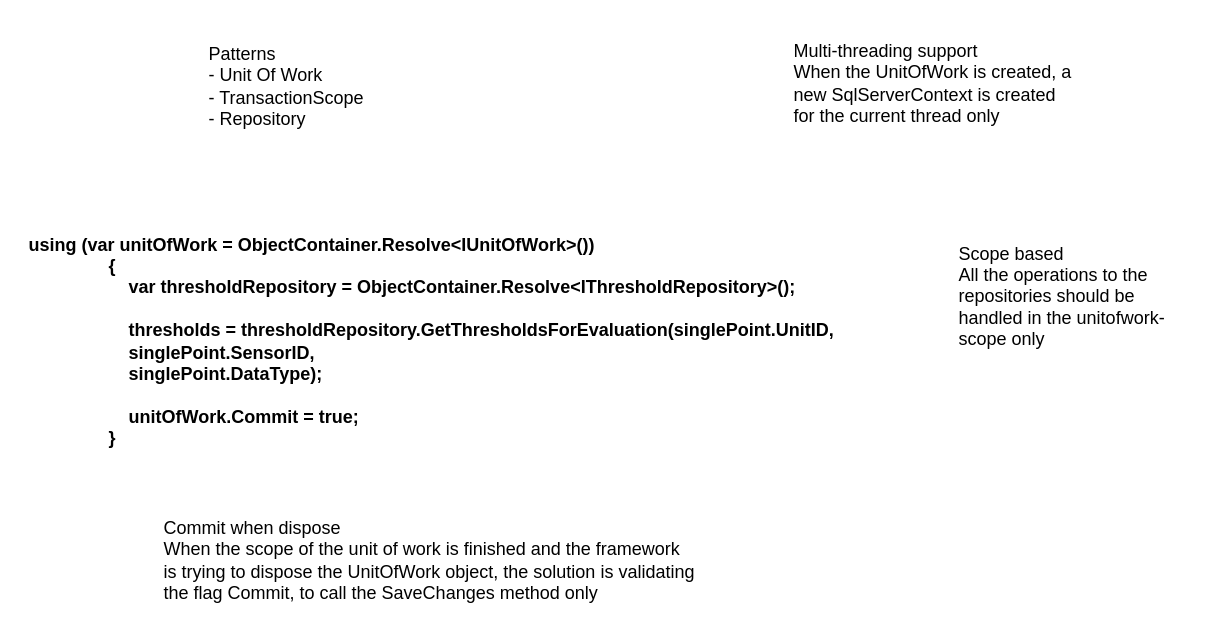
Above: combiq/UnitOfWorkScope.drawio in m1guel/diagrams (draw.io), before the change. Source tidied: cells renumbered, new cells numbered last; positions are measured from the earlier drawing's top-left corner, leaving out a move shared by most shapes. Both pictures are drawn from the tidied source at 150%, with x=0, y=0 at pixel (26, 26).
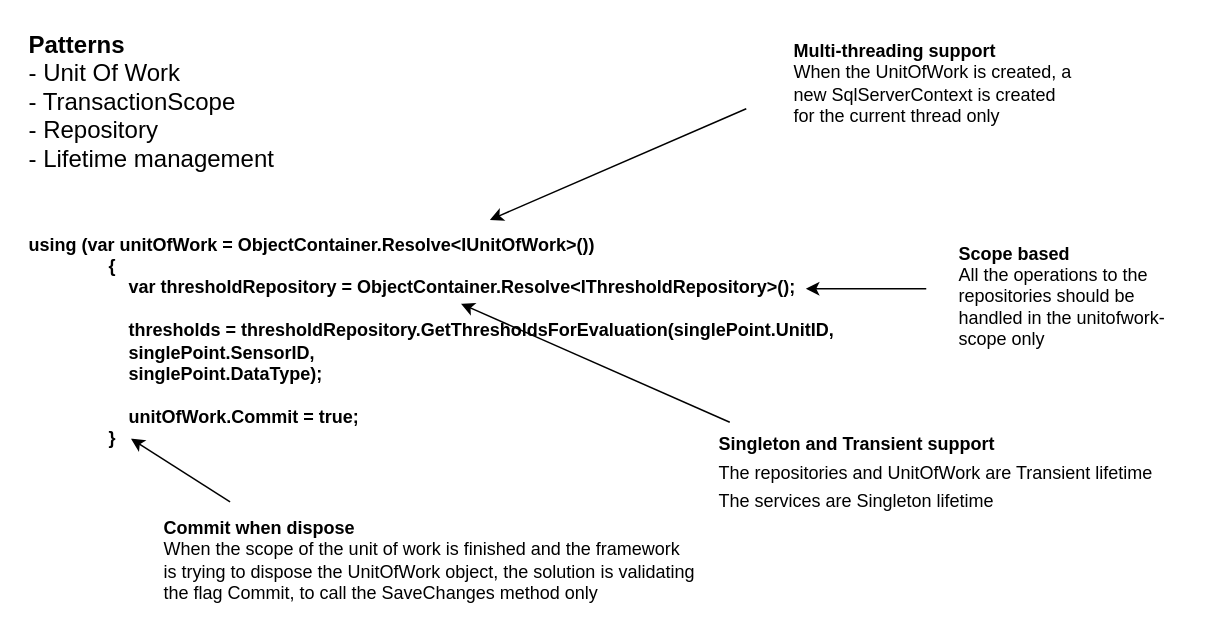
The same diagram, later.

Change to the diagram source:
```diff
@@
 <mxGraphModel>
   <root>
     <mxCell id="0" />
     <mxCell id="1" parent="0" />
     <mxCell id="2" value="&lt;div&gt;&lt;b&gt;using (var unitOfWork = ObjectContainer.Resolve&amp;lt;IUnitOfWork&amp;gt;())&lt;/b&gt;&lt;/div&gt;&lt;div&gt;&lt;b&gt;&amp;nbsp; &amp;nbsp; &amp;nbsp; &amp;nbsp; &amp;nbsp; &amp;nbsp; &amp;nbsp; &amp;nbsp; {&lt;/b&gt;&lt;/div&gt;&lt;div&gt;&lt;b&gt;&amp;nbsp; &amp;nbsp; &amp;nbsp; &amp;nbsp; &amp;nbsp; &amp;nbsp; &amp;nbsp; &amp;nbsp; &amp;nbsp; &amp;nbsp; var thresholdRepository = ObjectContainer.Resolve&amp;lt;IThresholdRepository&amp;gt;();&lt;/b&gt;&lt;/div&gt;&lt;div&gt;&lt;b&gt;&lt;br&gt;&lt;/b&gt;&lt;/div&gt;&lt;div&gt;&lt;b&gt;&amp;nbsp; &amp;nbsp; &amp;nbsp; &amp;nbsp; &amp;nbsp; &amp;nbsp; &amp;nbsp; &amp;nbsp; &amp;nbsp; &amp;nbsp; thresholds = thresholdRepository.GetThresholdsForEvaluation(singlePoint.UnitID,&lt;/b&gt;&lt;/div&gt;&lt;div&gt;&lt;b&gt;&amp;nbsp; &amp;nbsp; &amp;nbsp; &amp;nbsp; &amp;nbsp; &amp;nbsp; &amp;nbsp; &amp;nbsp; &amp;nbsp; &amp;nbsp; singlePoint.SensorID,&lt;/b&gt;&lt;/div&gt;&lt;div&gt;&lt;b&gt;&amp;nbsp; &amp;nbsp; &amp;nbsp; &amp;nbsp; &amp;nbsp; &amp;nbsp; &amp;nbsp; &amp;nbsp; &amp;nbsp; &amp;nbsp; singlePoint.DataType);&lt;/b&gt;&lt;/div&gt;&lt;div&gt;&lt;b&gt;&lt;br&gt;&lt;/b&gt;&lt;/div&gt;&lt;div&gt;&lt;b&gt;&amp;nbsp; &amp;nbsp; &amp;nbsp; &amp;nbsp; &amp;nbsp; &amp;nbsp; &amp;nbsp; &amp;nbsp; &amp;nbsp; &amp;nbsp; unitOfWork.Commit = true;&lt;/b&gt;&lt;/div&gt;&lt;div&gt;&lt;b&gt;&amp;nbsp; &amp;nbsp; &amp;nbsp; &amp;nbsp; &amp;nbsp; &amp;nbsp; &amp;nbsp; &amp;nbsp; }&lt;/b&gt;&lt;/div&gt;" style="text;html=1;strokeColor=none;fillColor=none;align=left;verticalAlign=middle;whiteSpace=wrap;rounded=0;" parent="1" vertex="1">
       <mxGeometry y="125" width="550" height="170" as="geometry" />
     </mxCell>
-    <mxCell id="3" value="Patterns&lt;br&gt;- Unit Of Work&lt;br&gt;- TransactionScope&lt;br&gt;- Repository&lt;br&gt;" style="text;html=1;strokeColor=none;fillColor=none;align=left;verticalAlign=middle;whiteSpace=wrap;rounded=0;" parent="1" vertex="1">
-      <mxGeometry x="120" y="5" width="170" height="70" as="geometry" />
+    <mxCell id="3" value="&lt;b style=&quot;font-size: 16px&quot;&gt;Patterns&lt;/b&gt;&lt;br style=&quot;font-size: 16px&quot;&gt;- Unit Of Work&lt;br style=&quot;font-size: 16px&quot;&gt;- TransactionScope&lt;br style=&quot;font-size: 16px&quot;&gt;- Repository&lt;br&gt;- Lifetime management&lt;br style=&quot;font-size: 16px&quot;&gt;" style="text;html=1;strokeColor=none;fillColor=none;align=left;verticalAlign=middle;whiteSpace=wrap;rounded=0;fontSize=16;" parent="1" vertex="1">
+      <mxGeometry y="5" width="180" height="90" as="geometry" />
     </mxCell>
-    <mxCell id="4" value="Multi-threading support&lt;br&gt;&lt;div style=&quot;text-align: left&quot;&gt;&lt;span&gt;When the UnitOfWork is created, a new SqlServerContext is created for the current thread only&lt;/span&gt;&lt;/div&gt;" style="text;html=1;strokeColor=none;fillColor=none;align=left;verticalAlign=middle;whiteSpace=wrap;rounded=0;" parent="1" vertex="1">
+    <mxCell id="4" value="&lt;b&gt;Multi-threading support&lt;/b&gt;&lt;br&gt;&lt;div style=&quot;text-align: left&quot;&gt;&lt;span&gt;When the UnitOfWork is created, a new SqlServerContext is created for the current thread only&lt;/span&gt;&lt;/div&gt;" style="text;html=1;strokeColor=none;fillColor=none;align=left;verticalAlign=middle;whiteSpace=wrap;rounded=0;" parent="1" vertex="1">
       <mxGeometry x="510" width="190" height="75" as="geometry" />
     </mxCell>
-    <mxCell id="5" value="Scope based&lt;br&gt;All the operations to the repositories should be handled in the unitofwork-scope only&lt;br&gt;" style="text;html=1;strokeColor=none;fillColor=none;align=left;verticalAlign=middle;whiteSpace=wrap;rounded=0;" parent="1" vertex="1">
+    <mxCell id="5" value="&lt;b&gt;Scope based&lt;/b&gt;&lt;br&gt;All the operations to the repositories should be handled in the unitofwork-scope only&lt;br&gt;" style="text;html=1;strokeColor=none;fillColor=none;align=left;verticalAlign=middle;whiteSpace=wrap;rounded=0;" parent="1" vertex="1">
       <mxGeometry x="620" y="135" width="150" height="90" as="geometry" />
     </mxCell>
-    <mxCell id="6" value="Commit when dispose&lt;br&gt;When the scope of the unit of work is finished and the framework &lt;br&gt;is trying to dispose the UnitOfWork object, the solution is validating &lt;br&gt;the flag Commit, to call the SaveChanges method only&lt;br&gt;" style="text;html=1;points=[];align=left;verticalAlign=top;spacingTop=-4;" parent="1" vertex="1">
+    <mxCell id="6" value="&lt;b&gt;Commit when dispose&lt;/b&gt;&lt;br&gt;When the scope of the unit of work is finished and the framework &lt;br&gt;is trying to dispose the UnitOfWork object, the solution is validating &lt;br&gt;the flag Commit, to call the SaveChanges method only&lt;br&gt;" style="text;html=1;points=[];align=left;verticalAlign=top;spacingTop=-4;" parent="1" vertex="1">
       <mxGeometry x="90" y="325" width="370" height="60" as="geometry" />
     </mxCell>
+    <mxCell id="7" style="endArrow=classic;html=1;entryX=0.127;entryY=0.882;entryDx=0;entryDy=0;entryPerimeter=0;exitX=0.124;exitY=-0.133;exitDx=0;exitDy=0;exitPerimeter=0;" parent="1" edge="1" source="6" target="2">
+      <mxGeometry relative="1" as="geometry" />
+    </mxCell>
+    <mxCell id="8" style="endArrow=classic;html=1;entryX=0.945;entryY=0.294;entryDx=0;entryDy=0;entryPerimeter=0;" parent="1" edge="1" target="2">
+      <mxGeometry relative="1" as="geometry">
+        <mxPoint x="600" y="175" as="sourcePoint" />
+      </mxGeometry>
+    </mxCell>
+    <mxCell id="9" style="endArrow=classic;html=1;entryX=0.562;entryY=0.024;entryDx=0;entryDy=0;entryPerimeter=0;" parent="1" edge="1" target="2">
+      <mxGeometry relative="1" as="geometry">
+        <mxPoint x="480" y="55" as="sourcePoint" />
+      </mxGeometry>
+    </mxCell>
+    <mxCell id="10" value="&lt;font style=&quot;font-size: 12px&quot;&gt;&lt;b&gt;Singleton and Transient support&lt;/b&gt;&lt;br&gt;The repositories and UnitOfWork are Transient lifetime&lt;br&gt;The services are Singleton lifetime&lt;br&gt;&lt;/font&gt;" style="text;html=1;points=[];align=left;verticalAlign=top;spacingTop=-4;fontSize=16;" parent="1" vertex="1">
+      <mxGeometry x="460" y="265" width="300" height="60" as="geometry" />
+    </mxCell>
+    <mxCell id="11" style="endArrow=classic;html=1;fontSize=16;entryX=0.527;entryY=0.353;entryDx=0;entryDy=0;entryPerimeter=0;exitX=0.03;exitY=-0.017;exitDx=0;exitDy=0;exitPerimeter=0;" parent="1" edge="1" source="10" target="2">
+      <mxGeometry relative="1" as="geometry" />
+    </mxCell>
   </root>
 </mxGraphModel>
```
